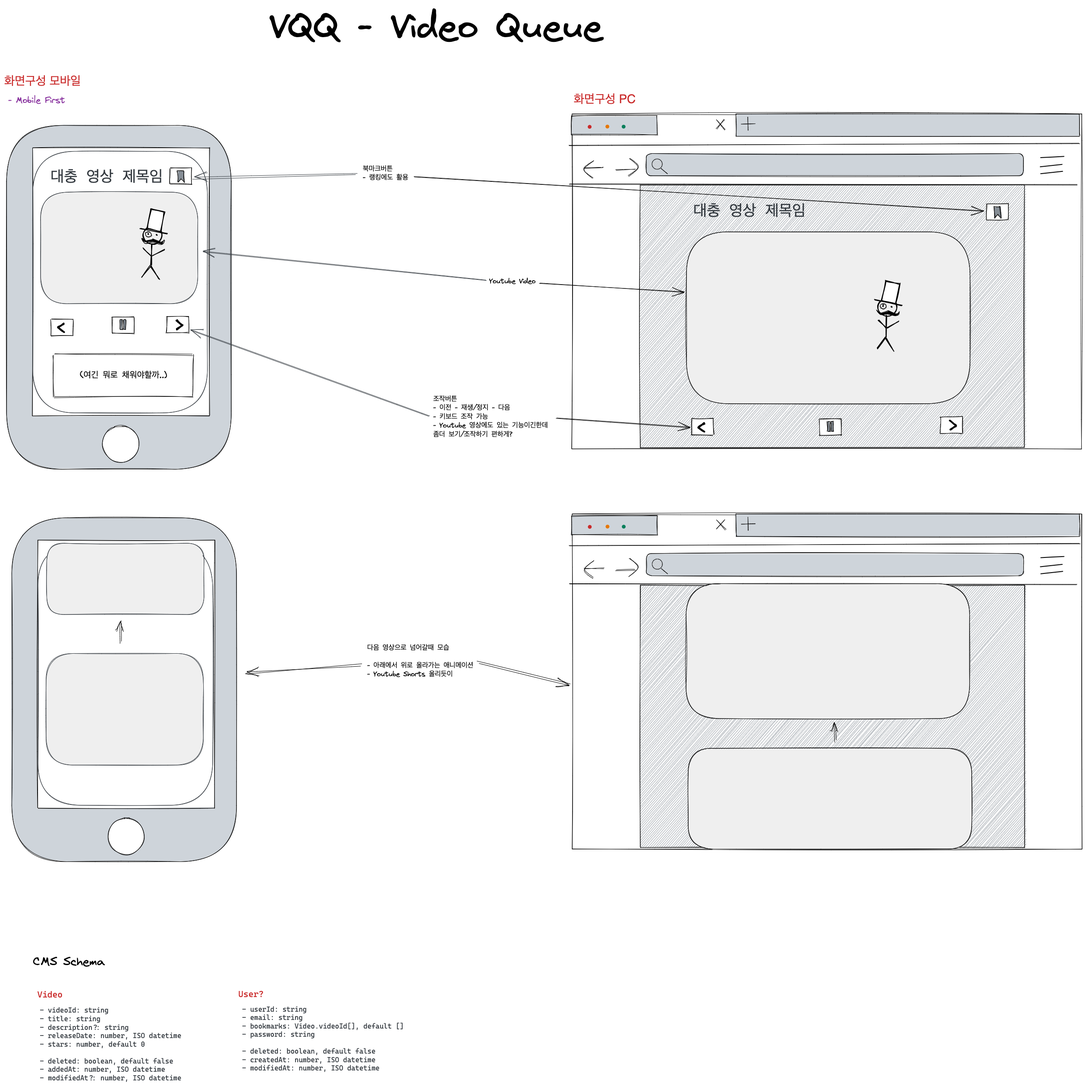
Before: .docs/architecture-diagrams/VQQ/vqq.221019.excalidraw.png, a diagram exported from Excalidraw (gitgitWi/micro-projects). Source tidied: one line per element, renumbered; positions are measured from the earlier drawing's top-left corner, leaving out a move shared by most shapes.
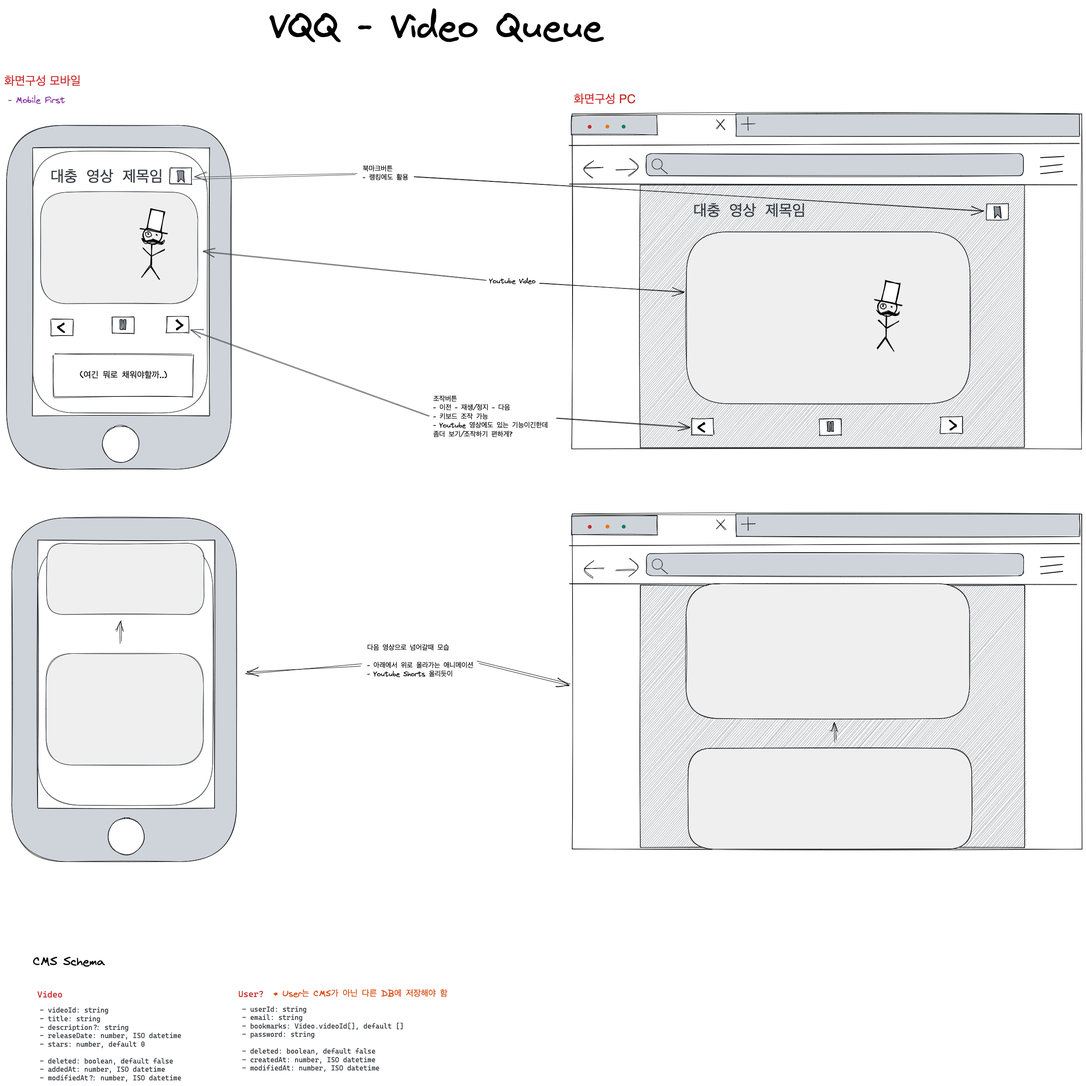
After the commit.

Commit message:
docs(VQQ/architecture) User 설명 추가

Diff of the diagram source:
```diff
@@ -127,3 +127,4 @@
 {"id": 126, "type": "rectangle", "strokeColor": "#000000", "angle": 3.14, "backgroundColor": "#fff", "fillStyle": "solid", "strokeWidth": 1, "roughness": 1, "x": 384, "y": 379, "width": 51, "height": 38}
 {"id": 127, "type": "line", "strokeColor": "#000000", "backgroundColor": "#868e96", "fillStyle": "solid", "strokeWidth": 1, "roughness": 1, "x": 401, "y": 386, "width": 17, "height": 27, "points": [[0, 0], [15, 0], [17, 27], [9, 18], [2, 27], [0, 0]]}
 {"id": 128, "type": "arrow", "strokeColor": "#343a40", "strokeWidth": 1, "roughness": 2, "endArrowhead": "arrow", "from": 55, "to": 126, "x": 816, "y": 395, "width": 378, "height": 10, "points": [[0, 0], [-378, 10]]}
+{"id": 129, "type": "text", "text": "* User는 CMS가 아닌 다른 DB에 저장해야 함", "strokeColor": "#d9480f", "strokeWidth": 1, "roughness": 1, "fontSize": 20, "fontFamily": 1, "x": 624, "y": 2279, "width": 405, "height": 26}
```
